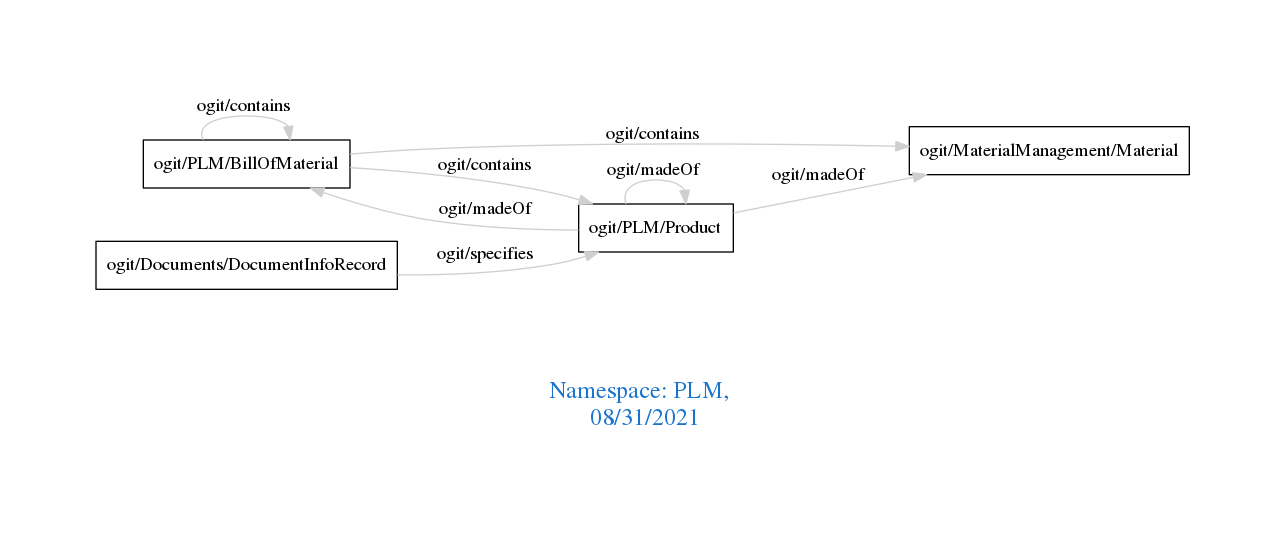
arago/OGIT keeps this Graphviz diagram as downloads/PLM.png. Above is the earlier version. Its source is kept beside it as downloads/PLM.dot.
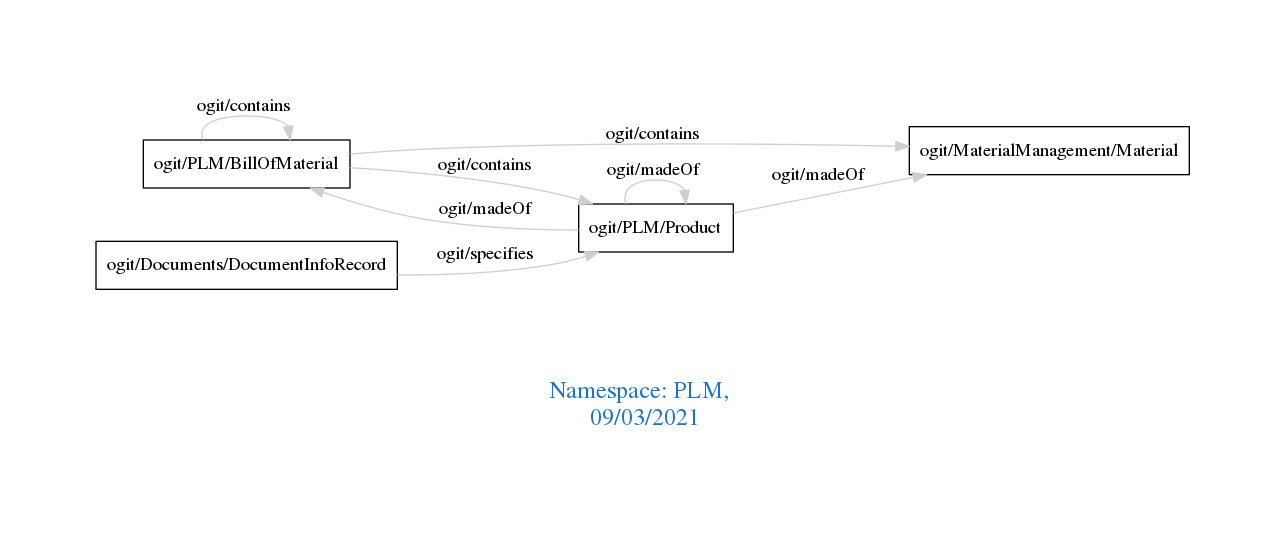
Later version of the same file.

What changed in the source:
```diff
@@ -1,7 +1,7 @@
 digraph OGIT_ontology {
  graph [ rankdir= LR,pad=1
 fontsize = 18,
-fontcolor= dodgerblue3,label = "\n\n\nNamespace: PLM, \n 08/31/2021"];
+fontcolor= dodgerblue3,label = "\n\n\nNamespace: PLM, \n 09/03/2021"];
 node[shape=polygon];
 edge [  color="gray81"];
 
```
